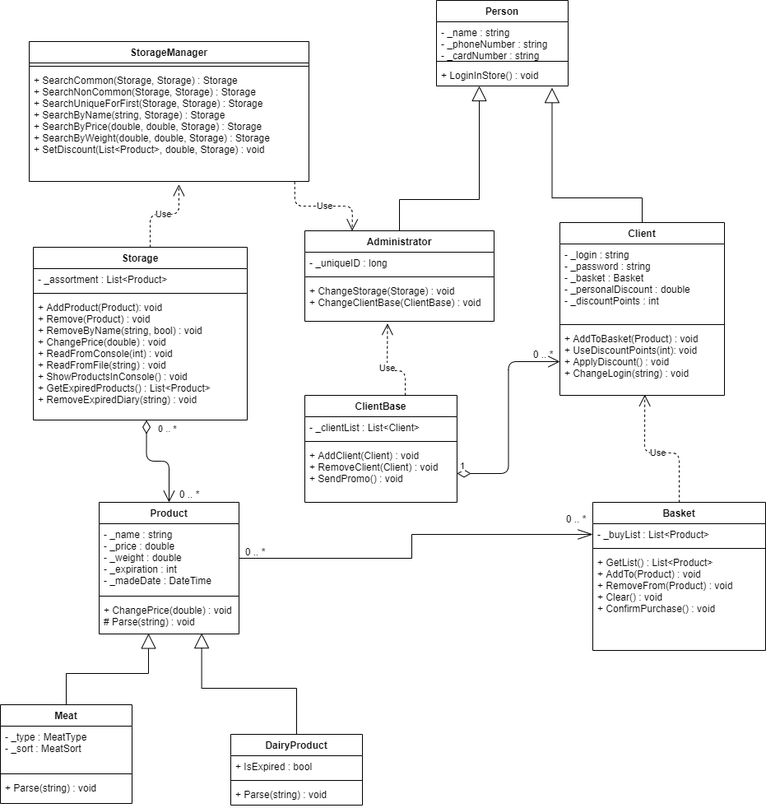
myhailo14/SigmaPracticeTasks keeps this draw.io diagram as HomeWork10/Store.png. Above is the earlier version. Source tidied: cells renumbered, new cells last; positions are measured from the earlier drawing's top-left corner, leaving out a move shared by most shapes.
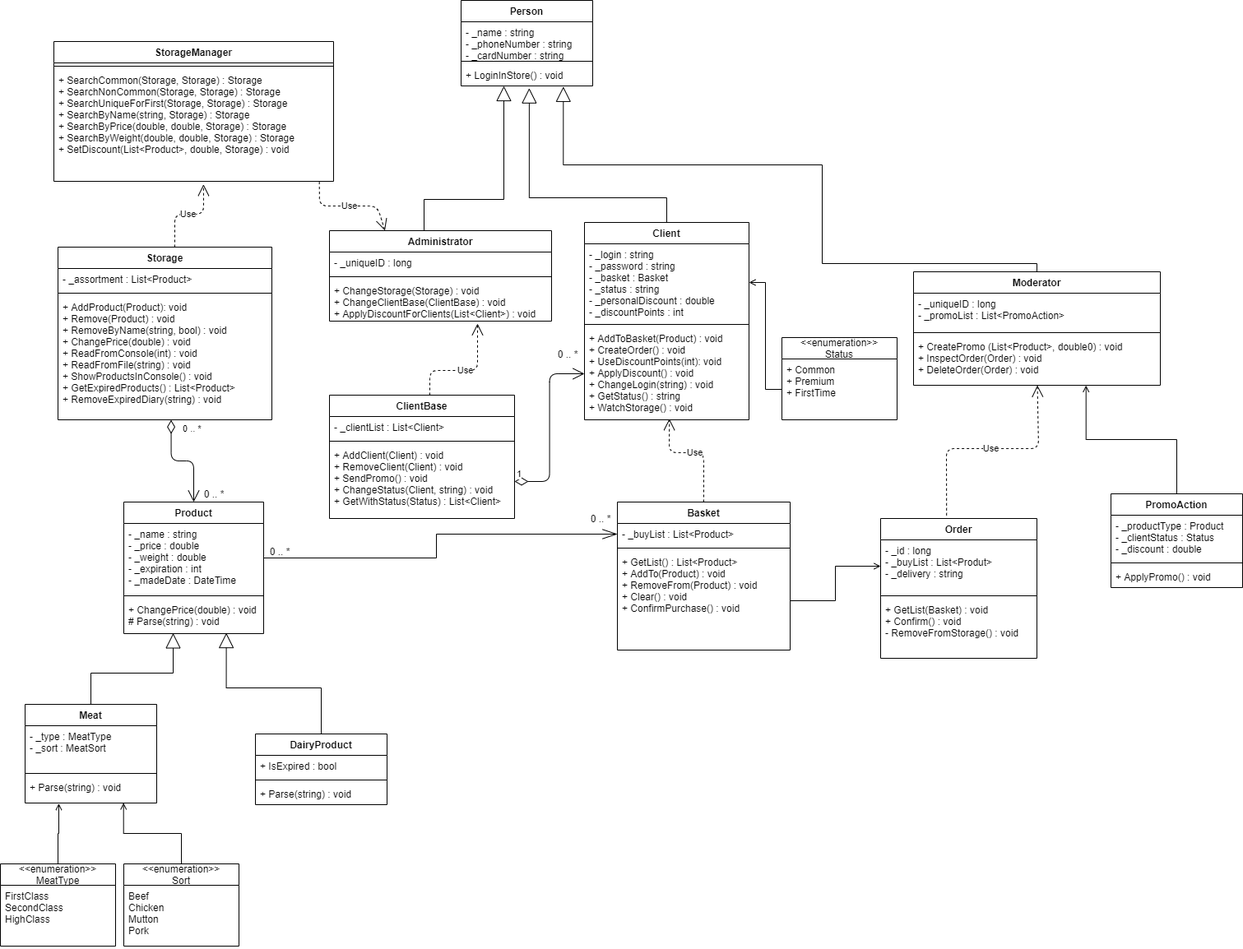
After the commit.

What changed in the source:
```diff
@@ -27,16 +27,16 @@
       <mxGeometry y="118" width="170" height="42" as="geometry" />
     </mxCell>
     <mxCell id="10" value="Client&#10;" style="swimlane;fontStyle=1;align=center;verticalAlign=top;horizontal=1;startSize=26;" parent="1" vertex="1">
-      <mxGeometry x="680" y="270" width="200" height="210" as="geometry" />
+      <mxGeometry x="680" y="270" width="200" height="240" as="geometry" />
     </mxCell>
-    <mxCell id="11" value="- _login : string&#10;- _password : string&#10;- _basket : Basket&#10;- _personalDiscount : double&#10;- _discountPoints : int" style="text;strokeColor=none;fillColor=none;align=left;verticalAlign=top;spacingLeft=4;spacingRight=4;overflow=hidden;points=[[0,0.5],[1,0.5]];portConstraint=eastwest;" parent="10" vertex="1">
+    <mxCell id="11" value="- _login : string&#10;- _password : string&#10;- _basket : Basket&#10;- _status : string&#10;- _personalDiscount : double&#10;- _discountPoints : int" style="text;strokeColor=none;fillColor=none;align=left;verticalAlign=top;spacingLeft=4;spacingRight=4;overflow=hidden;points=[[0,0.5],[1,0.5]];portConstraint=eastwest;" parent="10" vertex="1">
       <mxGeometry y="26" width="200" height="94" as="geometry" />
     </mxCell>
     <mxCell id="12" style="line;strokeWidth=1;fillColor=none;align=left;verticalAlign=middle;spacingTop=-1;spacingLeft=3;spacingRight=3;labelPosition=right;" parent="10" vertex="1">
       <mxGeometry y="120" width="200" height="8" as="geometry" />
     </mxCell>
-    <mxCell id="13" value="+ AddToBasket(Product) : void&#10;+ UseDiscountPoints(int): void&#10;+ ApplyDiscount() : void&#10;+ ChangeLogin(string) : void" style="text;strokeColor=none;fillColor=none;align=left;verticalAlign=top;spacingLeft=4;spacingRight=4;overflow=hidden;points=[[0,0.5],[1,0.5]];portConstraint=eastwest;" parent="10" vertex="1">
-      <mxGeometry y="128" width="200" height="82" as="geometry" />
+    <mxCell id="13" value="+ AddToBasket(Product) : void&#10;+ CreateOrder() : void&#10;+ UseDiscountPoints(int): void&#10;+ ApplyDiscount() : void&#10;+ ChangeLogin(string) : void&#10;+ GetStatus() : string&#10;+ WatchStorage() : void" style="text;strokeColor=none;fillColor=none;align=left;verticalAlign=top;spacingLeft=4;spacingRight=4;overflow=hidden;points=[[0,0.5],[1,0.5]];portConstraint=eastwest;" parent="10" vertex="1">
+      <mxGeometry y="128" width="200" height="112" as="geometry" />
     </mxCell>
     <mxCell id="14" style="edgeStyle=orthogonalEdgeStyle;rounded=0;jettySize=auto;html=1;exitX=0.5;exitY=0;exitDx=0;exitDy=0;entryX=0.353;entryY=0.986;entryDx=0;entryDy=0;entryPerimeter=0;endArrow=block;endFill=0;strokeColor=#000000;startSize=16;sourcePerimeterSpacing=3;endSize=16;" parent="1" edge="1" source="15" target="9">
       <mxGeometry relative="1" as="geometry" />
@@ -66,16 +66,16 @@
       <mxGeometry y="60" width="160" height="26" as="geometry" />
     </mxCell>
     <mxCell id="23" value="Administrator" style="swimlane;fontStyle=1;align=center;verticalAlign=top;horizontal=1;startSize=26;" parent="1" vertex="1">
-      <mxGeometry x="370" y="280" width="230" height="110" as="geometry" />
+      <mxGeometry x="370" y="280" width="270" height="110" as="geometry" />
     </mxCell>
     <mxCell id="24" value="- _uniqueID : long" style="text;strokeColor=none;fillColor=none;align=left;verticalAlign=top;spacingLeft=4;spacingRight=4;overflow=hidden;" parent="23" vertex="1">
-      <mxGeometry y="26" width="230" height="26" as="geometry" />
+      <mxGeometry y="26" width="270" height="26" as="geometry" />
     </mxCell>
     <mxCell id="25" style="line;strokeWidth=1;fillColor=none;align=left;verticalAlign=middle;spacingTop=-1;spacingLeft=3;spacingRight=3;labelPosition=right;" parent="23" vertex="1">
-      <mxGeometry y="52" width="230" height="8" as="geometry" />
+      <mxGeometry y="52" width="270" height="8" as="geometry" />
     </mxCell>
-    <mxCell id="26" value="+ ChangeStorage(Storage) : void&#10;+ ChangeClientBase(ClientBase) : void" style="text;strokeColor=none;fillColor=none;align=left;verticalAlign=top;spacingLeft=4;spacingRight=4;overflow=hidden;points=[[0,0.5],[1,0.5]];portConstraint=eastwest;" parent="23" vertex="1">
-      <mxGeometry y="60" width="230" height="50" as="geometry" />
+    <mxCell id="26" value="+ ChangeStorage(Storage) : void&#10;+ ChangeClientBase(ClientBase) : void&#10;+ ApplyDiscountForClients(List&lt;Client&gt;) : void&#10;" style="text;strokeColor=none;fillColor=none;align=left;verticalAlign=top;spacingLeft=4;spacingRight=4;overflow=hidden;points=[[0,0.5],[1,0.5]];portConstraint=eastwest;" parent="23" vertex="1">
+      <mxGeometry y="60" width="270" height="50" as="geometry" />
     </mxCell>
     <mxCell id="27" value="Person&#10;" style="swimlane;fontStyle=1;align=center;verticalAlign=top;horizontal=1;startSize=26;" parent="1" vertex="1">
       <mxGeometry x="530" width="160" height="104" as="geometry" />
@@ -121,11 +121,11 @@
         </Array>
       </mxGeometry>
     </mxCell>
-    <mxCell id="40" style="edgeStyle=orthogonalEdgeStyle;rounded=0;jettySize=auto;html=1;exitX=0.5;exitY=0;exitDx=0;exitDy=0;endArrow=block;endFill=0;strokeColor=#000000;startSize=16;sourcePerimeterSpacing=3;endSize=16;entryX=0.878;entryY=1.085;entryDx=0;entryDy=0;entryPerimeter=0;" parent="1" edge="1" source="10" target="30">
+    <mxCell id="40" style="edgeStyle=orthogonalEdgeStyle;rounded=0;jettySize=auto;html=1;exitX=0.5;exitY=0;exitDx=0;exitDy=0;endArrow=block;endFill=0;strokeColor=#000000;startSize=16;sourcePerimeterSpacing=3;endSize=16;entryX=0.518;entryY=1.104;entryDx=0;entryDy=0;entryPerimeter=0;" parent="1" edge="1" source="10" target="30">
       <mxGeometry relative="1" as="geometry">
         <Array as="points">
           <mxPoint x="780" y="240" />
-          <mxPoint x="670" y="240" />
+          <mxPoint x="613" y="240" />
         </Array>
       </mxGeometry>
     </mxCell>
@@ -141,26 +141,27 @@
       <mxGeometry x="-0.69" y="12" relative="1" as="geometry" />
     </mxCell>
     <mxCell id="43" value="ClientBase" style="swimlane;fontStyle=1;align=center;verticalAlign=top;horizontal=1;startSize=26;" parent="1" vertex="1">
-      <mxGeometry x="370" y="480" width="185" height="130" as="geometry" />
+      <mxGeometry x="370" y="480" width="225" height="150" as="geometry" />
     </mxCell>
     <mxCell id="44" value="- _clientList : List&lt;Client&gt;" style="text;strokeColor=none;fillColor=none;align=left;verticalAlign=top;spacingLeft=4;spacingRight=4;overflow=hidden;" parent="43" vertex="1">
-      <mxGeometry y="26" width="185" height="26" as="geometry" />
+      <mxGeometry y="26" width="225" height="26" as="geometry" />
     </mxCell>
     <mxCell id="45" style="line;strokeWidth=1;fillColor=none;align=left;verticalAlign=middle;spacingTop=-1;spacingLeft=3;spacingRight=3;labelPosition=right;" parent="43" vertex="1">
-      <mxGeometry y="52" width="185" height="8" as="geometry" />
+      <mxGeometry y="52" width="225" height="8" as="geometry" />
     </mxCell>
-    <mxCell id="46" value="+ AddClient(Client) : void&#10;+ RemoveClient(Client) : void&#10;+ SendPromo() : void" style="text;strokeColor=none;fillColor=none;align=left;verticalAlign=top;spacingLeft=4;spacingRight=4;overflow=hidden;points=[[0,0.5],[1,0.5]];portConstraint=eastwest;" parent="43" vertex="1">
-      <mxGeometry y="60" width="185" height="70" as="geometry" />
+    <mxCell id="46" value="+ AddClient(Client) : void&#10;+ RemoveClient(Client) : void&#10;+ SendPromo() : void&#10;+ ChangeStatus(Client, string) : void&#10;+ GetWithStatus(Status) : List&lt;Client&gt;" style="text;strokeColor=none;fillColor=none;align=left;verticalAlign=top;spacingLeft=4;spacingRight=4;overflow=hidden;points=[[0,0.5],[1,0.5]];portConstraint=eastwest;" parent="43" vertex="1">
+      <mxGeometry y="60" width="225" height="90" as="geometry" />
     </mxCell>
     <mxCell id="47" value="1" style="endArrow=open;html=1;endSize=12;startArrow=diamondThin;startSize=14;startFill=0;edgeStyle=orthogonalEdgeStyle;align=left;verticalAlign=bottom;strokeColor=#000000;exitX=1;exitY=0.5;exitDx=0;exitDy=0;entryX=0;entryY=0.5;entryDx=0;entryDy=0;" parent="1" edge="1" source="46" target="13">
       <mxGeometry x="-0.98" relative="1" as="geometry" />
     </mxCell>
-    <mxCell id="48" value="Use" style="endArrow=open;endSize=12;dashed=1;html=1;strokeColor=#000000;exitX=0.5;exitY=0;exitDx=0;exitDy=0;entryX=0.437;entryY=1.052;entryDx=0;entryDy=0;entryPerimeter=0;" parent="1" edge="1" target="26">
+    <mxCell id="48" value="Use" style="endArrow=open;endSize=12;dashed=1;html=1;strokeColor=#000000;exitX=0.5;exitY=0;exitDx=0;exitDy=0;" parent="1" edge="1">
       <mxGeometry relative="1" as="geometry">
         <mxPoint x="492" y="480" as="sourcePoint" />
+        <mxPoint x="550" y="393" as="targetPoint" />
         <Array as="points">
           <mxPoint x="492" y="450" />
-          <mxPoint x="470" y="450" />
+          <mxPoint x="550" y="450" />
         </Array>
       </mxGeometry>
     </mxCell>
@@ -196,5 +197,91 @@
         </Array>
       </mxGeometry>
     </mxCell>
+    <mxCell id="56" value="Moderator&#10;" style="swimlane;fontStyle=1;align=center;verticalAlign=top;horizontal=1;startSize=26;" parent="1" vertex="1">
+      <mxGeometry x="1080" y="330" width="300" height="138" as="geometry" />
+    </mxCell>
+    <mxCell id="57" value="- _uniqueID : long&#10;- _promoList : List&lt;PromoAction&gt;" style="text;strokeColor=none;fillColor=none;align=left;verticalAlign=top;spacingLeft=4;spacingRight=4;overflow=hidden;" parent="56" vertex="1">
+      <mxGeometry y="26" width="300" height="44" as="geometry" />
+    </mxCell>
+    <mxCell id="58" style="line;strokeWidth=1;fillColor=none;align=left;verticalAlign=middle;spacingTop=-1;spacingLeft=3;spacingRight=3;labelPosition=right;" parent="56" vertex="1">
+      <mxGeometry y="70" width="300" height="8" as="geometry" />
+    </mxCell>
+    <mxCell id="59" value="+ CreatePromo (List&lt;Product&gt;, double0) : void &#10;+ InspectOrder(Order) : void&#10;+ DeleteOrder(Order) : void" style="text;strokeColor=none;fillColor=none;align=left;verticalAlign=top;spacingLeft=4;spacingRight=4;overflow=hidden;points=[[0,0.5],[1,0.5]];portConstraint=eastwest;" parent="56" vertex="1">
+      <mxGeometry y="78" width="300" height="60" as="geometry" />
+    </mxCell>
+    <mxCell id="60" style="edgeStyle=orthogonalEdgeStyle;rounded=0;jettySize=auto;html=1;exitX=0.5;exitY=0;exitDx=0;exitDy=0;endArrow=block;endFill=0;strokeColor=#000000;startSize=16;sourcePerimeterSpacing=3;endSize=16;entryX=0.777;entryY=1.032;entryDx=0;entryDy=0;entryPerimeter=0;" parent="1" edge="1" source="56" target="30">
+      <mxGeometry relative="1" as="geometry">
+        <Array as="points">
+          <mxPoint x="969" y="320" />
+          <mxPoint x="969" y="200" />
+          <mxPoint x="654" y="200" />
+        </Array>
+      </mxGeometry>
+    </mxCell>
+    <mxCell id="61" value="Order" style="swimlane;fontStyle=1;align=center;verticalAlign=top;horizontal=1;startSize=26;" parent="1" vertex="1">
+      <mxGeometry x="1040" y="630" width="190" height="170" as="geometry" />
+    </mxCell>
+    <mxCell id="62" value="- _id : long&#10;- _buyList : List&lt;Produt&gt;&#10;- _delivery : string" style="text;strokeColor=none;fillColor=none;align=left;verticalAlign=top;spacingLeft=4;spacingRight=4;overflow=hidden;points=[[0,0.5],[1,0.5]];portConstraint=eastwest;" parent="61" vertex="1">
+      <mxGeometry y="26" width="190" height="64" as="geometry" />
+    </mxCell>
+    <mxCell id="63" style="line;strokeWidth=1;fillColor=none;align=left;verticalAlign=middle;spacingTop=-1;spacingLeft=3;spacingRight=3;labelPosition=right;" parent="61" vertex="1">
+      <mxGeometry y="90" width="190" height="8" as="geometry" />
+    </mxCell>
+    <mxCell id="64" value="+ GetList(Basket) : void&#10;+ Confirm() : void&#10;- RemoveFromStorage() : void" style="text;strokeColor=none;fillColor=none;align=left;verticalAlign=top;spacingLeft=4;spacingRight=4;overflow=hidden;" parent="61" vertex="1">
+      <mxGeometry y="98" width="190" height="72" as="geometry" />
+    </mxCell>
+    <mxCell id="65" value="Use" style="endArrow=open;endSize=12;dashed=1;html=1;strokeColor=#000000;exitX=0.422;exitY=-0.022;exitDx=0;exitDy=0;exitPerimeter=0;" parent="1" edge="1" source="61" target="59">
+      <mxGeometry relative="1" as="geometry">
+        <Array as="points">
+          <mxPoint x="1120" y="545" />
+          <mxPoint x="1232" y="545" />
+        </Array>
+      </mxGeometry>
+    </mxCell>
+    <mxCell id="66" style="edgeStyle=orthogonalEdgeStyle;rounded=0;jettySize=auto;html=1;exitX=1;exitY=0.5;exitDx=0;exitDy=0;entryX=0;entryY=0.5;entryDx=0;entryDy=0;endArrow=open;endFill=0;" parent="1" edge="1" source="34" target="62">
+      <mxGeometry relative="1" as="geometry" />
+    </mxCell>
+    <mxCell id="67" value="&lt;&lt;enumeration&gt;&gt;&#10;Status" style="swimlane;fontStyle=0;horizontal=1;startSize=26;fillColor=none;" parent="1" vertex="1">
+      <mxGeometry x="920" y="410" width="140" height="100" as="geometry" />
+    </mxCell>
+    <mxCell id="68" value="+ Common&#10;+ Premium&#10;+ FirstTime" style="text;strokeColor=none;fillColor=none;align=left;verticalAlign=top;spacingLeft=4;spacingRight=4;overflow=hidden;points=[[0,0.5],[1,0.5]];portConstraint=eastwest;" parent="67" vertex="1">
+      <mxGeometry y="26" width="140" height="74" as="geometry" />
+    </mxCell>
+    <mxCell id="69" style="edgeStyle=orthogonalEdgeStyle;rounded=0;jettySize=auto;html=1;exitX=0.5;exitY=0;exitDx=0;exitDy=0;entryX=0.256;entryY=1.016;entryDx=0;entryDy=0;entryPerimeter=0;endArrow=open;endFill=0;" parent="1" edge="1" source="70" target="18">
+      <mxGeometry relative="1" as="geometry" />
+    </mxCell>
+    <mxCell id="70" value="&lt;&lt;enumeration&gt;&gt;&#10;MeatType" style="swimlane;fontStyle=0;horizontal=1;startSize=26;fillColor=none;" parent="1" vertex="1">
+      <mxGeometry x="-30" y="1050" width="140" height="100" as="geometry" />
+    </mxCell>
+    <mxCell id="71" value="FirstClass&#10;SecondClass&#10;HighClass" style="text;strokeColor=none;fillColor=none;align=left;verticalAlign=top;spacingLeft=4;spacingRight=4;overflow=hidden;" parent="70" vertex="1">
+      <mxGeometry y="26" width="140" height="74" as="geometry" />
+    </mxCell>
+    <mxCell id="72" style="edgeStyle=orthogonalEdgeStyle;rounded=0;jettySize=auto;html=1;exitX=0.5;exitY=0;exitDx=0;exitDy=0;endArrow=open;endFill=0;entryX=0.748;entryY=0.995;entryDx=0;entryDy=0;entryPerimeter=0;" parent="1" edge="1" source="73" target="18">
+      <mxGeometry relative="1" as="geometry" />
+    </mxCell>
+    <mxCell id="73" value="&lt;&lt;enumeration&gt;&gt;&#10;Sort" style="swimlane;fontStyle=0;horizontal=1;startSize=26;fillColor=none;" parent="1" vertex="1">
+      <mxGeometry x="120" y="1050" width="140" height="100" as="geometry" />
+    </mxCell>
+    <mxCell id="74" value="Beef&#10;Chicken&#10;Mutton&#10;Pork" style="text;strokeColor=none;fillColor=none;align=left;verticalAlign=top;spacingLeft=4;spacingRight=4;overflow=hidden;" parent="73" vertex="1">
+      <mxGeometry y="26" width="140" height="74" as="geometry" />
+    </mxCell>
+    <mxCell id="75" style="edgeStyle=orthogonalEdgeStyle;rounded=0;jettySize=auto;html=1;exitX=0;exitY=0.5;exitDx=0;exitDy=0;endArrow=open;endFill=0;" parent="1" edge="1" source="68" target="11">
+      <mxGeometry relative="1" as="geometry" />
+    </mxCell>
+    <mxCell id="76" style="edgeStyle=orthogonalEdgeStyle;rounded=0;jettySize=auto;html=1;exitX=0.5;exitY=0;exitDx=0;exitDy=0;entryX=0.699;entryY=1.003;entryDx=0;entryDy=0;entryPerimeter=0;endArrow=open;endFill=0;" parent="1" edge="1" source="77" target="59">
+      <mxGeometry relative="1" as="geometry" />
+    </mxCell>
+    <mxCell id="77" value="PromoAction" style="swimlane;fontStyle=1;align=center;verticalAlign=top;horizontal=1;startSize=26;" parent="1" vertex="1">
+      <mxGeometry x="1320" y="600" width="160" height="114" as="geometry" />
+    </mxCell>
+    <mxCell id="78" value="- _productType : Product&#10;- _clientStatus : Status&#10;- _discount : double" style="text;strokeColor=none;fillColor=none;align=left;verticalAlign=top;spacingLeft=4;spacingRight=4;overflow=hidden;" parent="77" vertex="1">
+      <mxGeometry y="26" width="160" height="54" as="geometry" />
+    </mxCell>
+    <mxCell id="79" style="line;strokeWidth=1;fillColor=none;align=left;verticalAlign=middle;spacingTop=-1;spacingLeft=3;spacingRight=3;labelPosition=right;" parent="77" vertex="1">
+      <mxGeometry y="80" width="160" height="8" as="geometry" />
+    </mxCell>
+    <mxCell id="80" value="+ ApplyPromo() : void" style="text;strokeColor=none;fillColor=none;align=left;verticalAlign=top;spacingLeft=4;spacingRight=4;overflow=hidden;" parent="77" vertex="1">
+      <mxGeometry y="88" width="160" height="26" as="geometry" />
+    </mxCell>
   </root>
 </mxGraphModel>
```
